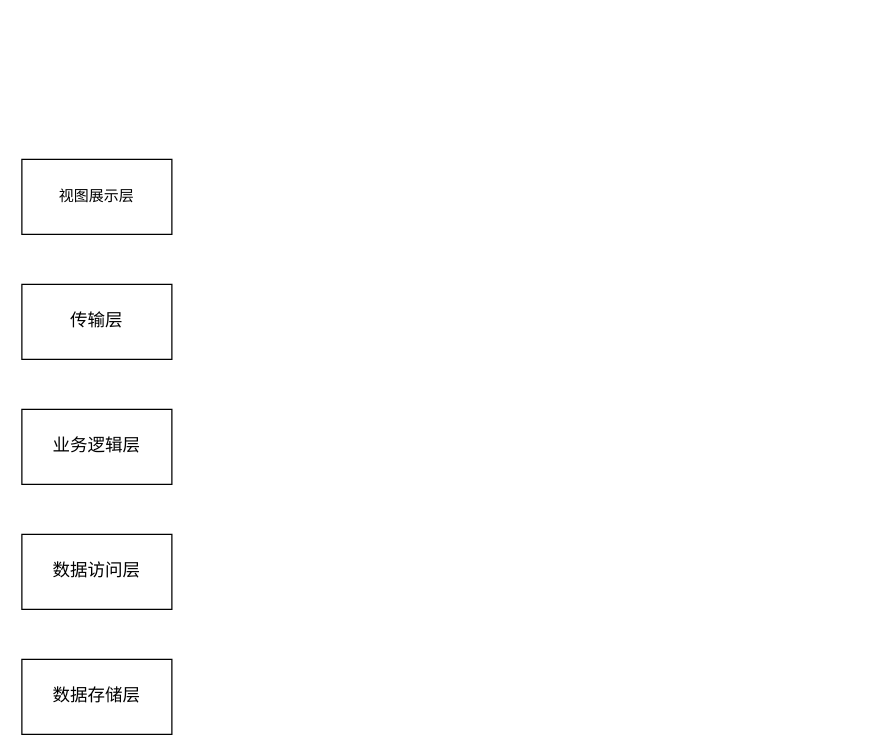
yuxinyu12345/diagrams keeps this draw.io diagram as 第四章.drawio. Above is the earlier version. Source tidied: cells renumbered, new cells numbered last; positions are measured from the earlier drawing's top-left corner, leaving out a move shared by most shapes. Both pictures are drawn from the tidied source at 125%, with x=0, y=0 at pixel (21, 159).
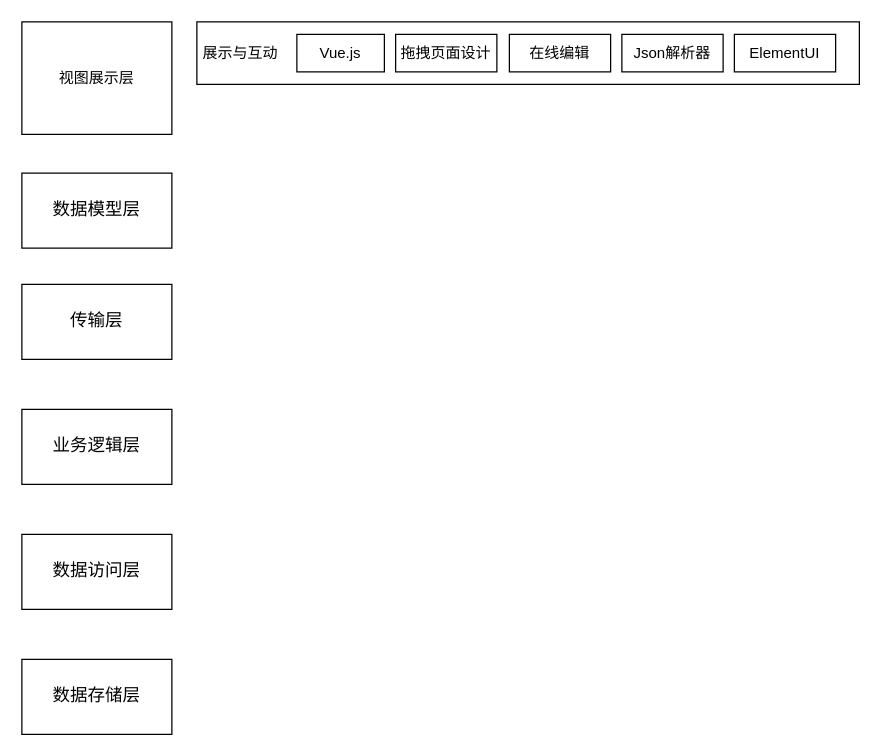
The same diagram, later.

Commit message (it also covers changes not shown here):
更新第四章.drawio

Change to the diagram source:
```diff
@@
 <mxGraphModel>
   <root>
     <mxCell id="0" />
     <mxCell id="1" parent="0" />
     <mxCell id="2" value="视图展示层" style="rounded=0;whiteSpace=wrap;html=1;" parent="1" vertex="1">
-      <mxGeometry width="120" height="60" as="geometry" />
+      <mxGeometry y="-110" width="120" height="90" as="geometry" />
     </mxCell>
     <mxCell id="3" value="&lt;p style=&quot;margin: 0pt 0pt 0.0001pt; text-align: justify; font-family: &amp;quot;Times New Roman&amp;quot;; font-size: 10.5pt;&quot; class=&quot;MsoNormal&quot;&gt;传输层&lt;/p&gt;" style="rounded=0;whiteSpace=wrap;html=1;" parent="1" vertex="1">
       <mxGeometry y="100" width="120" height="60" as="geometry" />
     </mxCell>
     <mxCell id="4" value="&lt;p style=&quot;margin: 0pt 0pt 0.0001pt; text-align: justify; font-family: &amp;quot;Times New Roman&amp;quot;; font-size: 10.5pt;&quot; class=&quot;MsoNormal&quot;&gt;业务逻辑层&lt;/p&gt;" style="rounded=0;whiteSpace=wrap;html=1;" parent="1" vertex="1">
       <mxGeometry y="200" width="120" height="60" as="geometry" />
     </mxCell>
     <mxCell id="5" value="&lt;p style=&quot;margin: 0pt 0pt 0.0001pt; text-align: justify; font-family: &amp;quot;Times New Roman&amp;quot;; font-size: 10.5pt;&quot; class=&quot;MsoNormal&quot;&gt;数据访问层&lt;/p&gt;" style="rounded=0;whiteSpace=wrap;html=1;" parent="1" vertex="1">
       <mxGeometry y="300" width="120" height="60" as="geometry" />
     </mxCell>
     <mxCell id="6" value="&lt;p style=&quot;margin: 0pt 0pt 0.0001pt; text-align: justify; font-family: &amp;quot;Times New Roman&amp;quot;; font-size: 10.5pt;&quot; class=&quot;MsoNormal&quot;&gt;数据存储层&lt;/p&gt;" style="rounded=0;whiteSpace=wrap;html=1;" parent="1" vertex="1">
       <mxGeometry y="400" width="120" height="60" as="geometry" />
     </mxCell>
+    <mxCell id="7" style="rounded=0;whiteSpace=wrap;html=1;" parent="1" vertex="1">
+      <mxGeometry x="140" y="-110" width="530" height="50" as="geometry" />
+    </mxCell>
+    <mxCell id="8" value="展示与互动" style="text;html=1;strokeColor=none;fillColor=none;align=center;verticalAlign=middle;whiteSpace=wrap;rounded=0;" parent="1" vertex="1">
+      <mxGeometry x="140" y="-100" width="70" height="30" as="geometry" />
+    </mxCell>
+    <mxCell id="9" value="Vue.js" style="rounded=0;whiteSpace=wrap;html=1;" parent="1" vertex="1">
+      <mxGeometry x="220" y="-100" width="70" height="30" as="geometry" />
+    </mxCell>
+    <mxCell id="10" value="拖拽页面设计" style="rounded=0;whiteSpace=wrap;html=1;" parent="1" vertex="1">
+      <mxGeometry x="299" y="-100" width="81" height="30" as="geometry" />
+    </mxCell>
+    <mxCell id="11" value="&lt;p style=&quot;margin: 0pt 0pt 0.0001pt; text-align: justify; font-family: &amp;quot;Times New Roman&amp;quot;; font-size: 10.5pt;&quot; class=&quot;MsoNormal&quot;&gt;数据模型层&lt;/p&gt;" style="rounded=0;whiteSpace=wrap;html=1;" parent="1" vertex="1">
+      <mxGeometry y="11" width="120" height="60" as="geometry" />
+    </mxCell>
+    <mxCell id="12" value="在线编辑" style="rounded=0;whiteSpace=wrap;html=1;" parent="1" vertex="1">
+      <mxGeometry x="390" y="-100" width="81" height="30" as="geometry" />
+    </mxCell>
+    <mxCell id="13" value="Json解析器" style="rounded=0;whiteSpace=wrap;html=1;" parent="1" vertex="1">
+      <mxGeometry x="480" y="-100" width="81" height="30" as="geometry" />
+    </mxCell>
+    <mxCell id="14" value="ElementUI" style="rounded=0;whiteSpace=wrap;html=1;" parent="1" vertex="1">
+      <mxGeometry x="570" y="-100" width="81" height="30" as="geometry" />
+    </mxCell>
   </root>
 </mxGraphModel>
```
